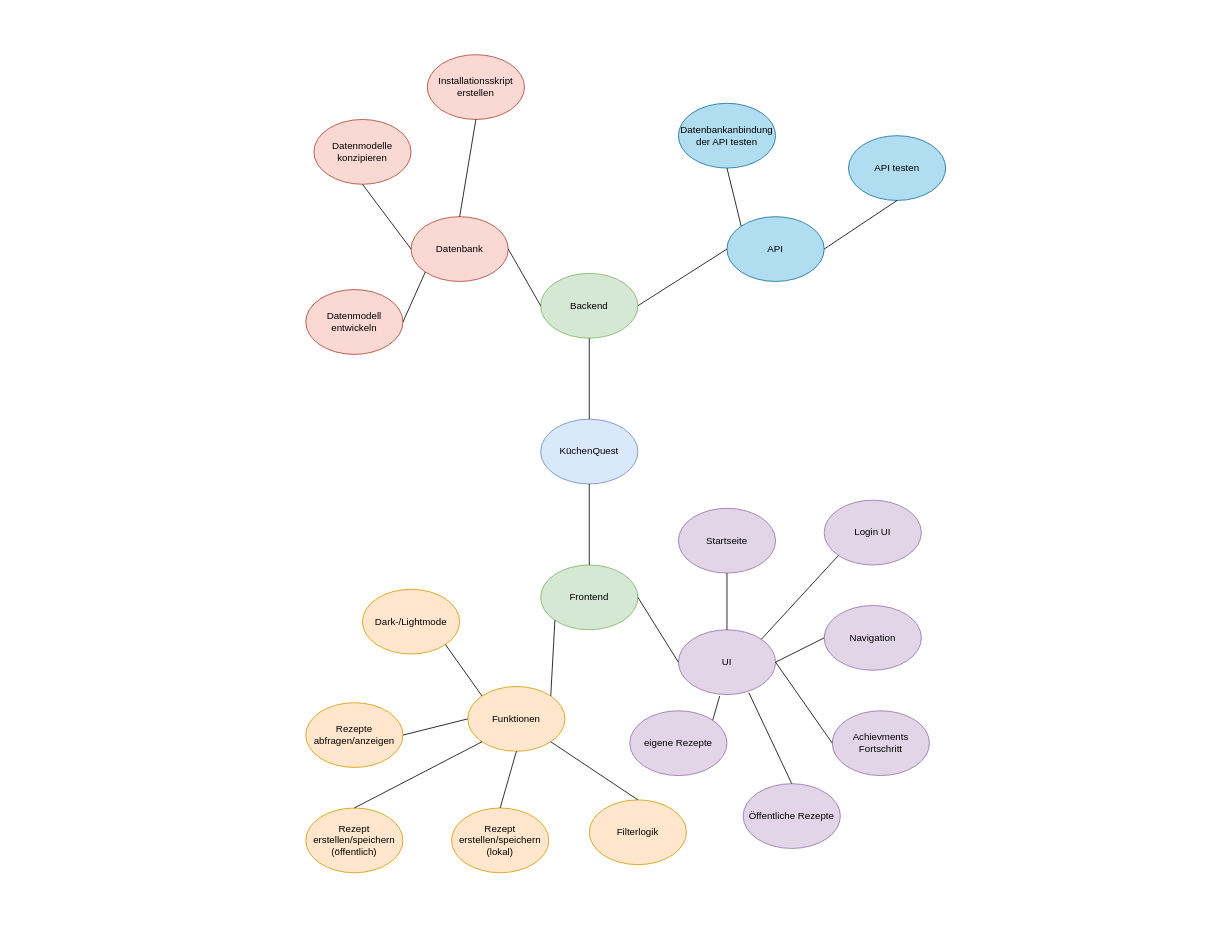
The draw.io diagram Diagramme/Mindmap Planung.drawio in Jo-Broo/Projekt-LF12, before the edit. Source tidied: cells renumbered, new cells numbered last; positions are measured from the earlier drawing's top-left corner, leaving out a move shared by most shapes. Both pictures are drawn from the tidied source at 81%, with x=0, y=0 at pixel (305, 54).
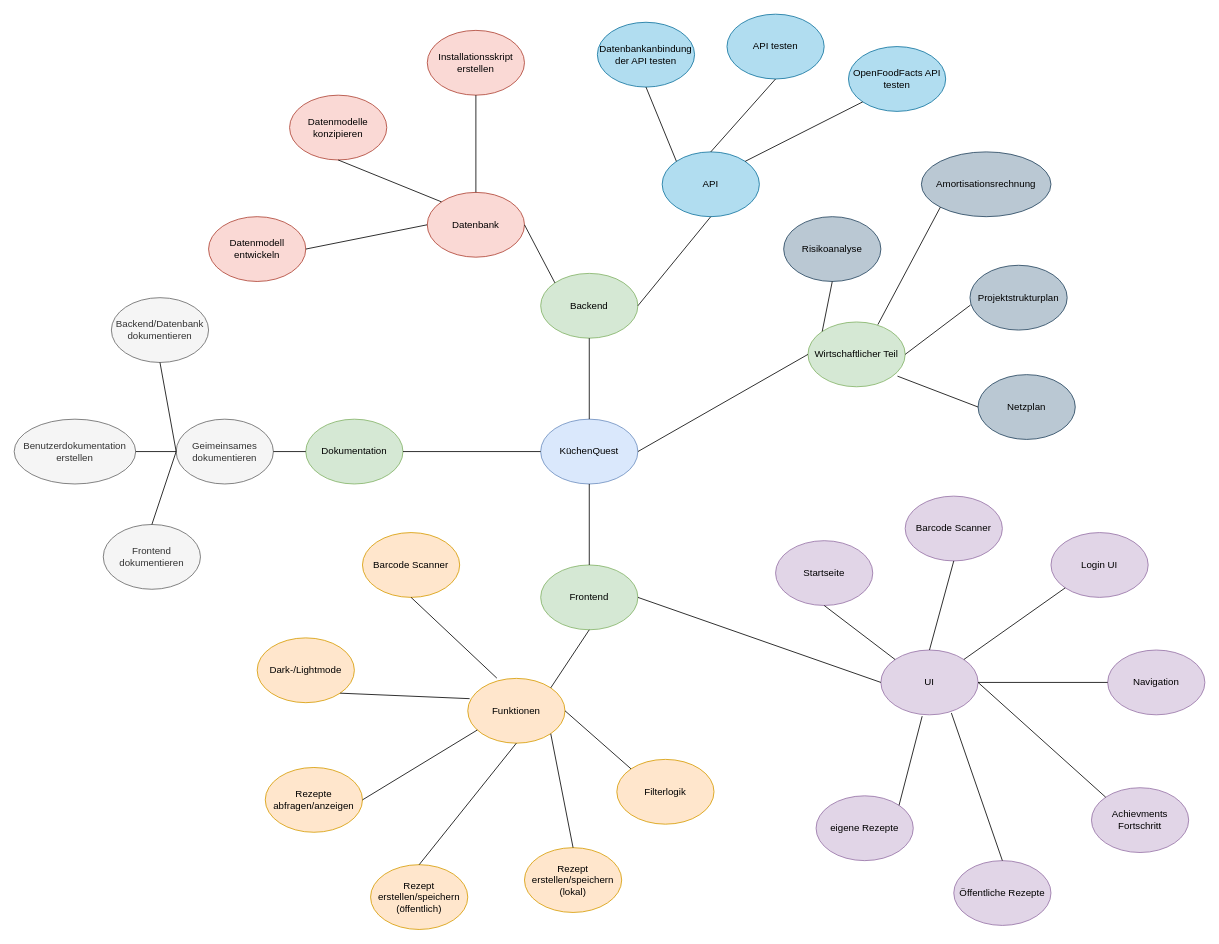
The same page after the edit.

The change refers to these unchanged cells:
```xml
<mxCell id="2" value="KüchenQuest" style="ellipse;whiteSpace=wrap;html=1;fillColor=#dae8fc;strokeColor=#6c8ebf;" parent="1" vertex="1">
  <mxGeometry x="290" y="450" width="120" height="80" as="geometry" />
</mxCell>
<mxCell id="3" value="Backend" style="ellipse;whiteSpace=wrap;html=1;fillColor=#d5e8d4;strokeColor=#82b366;" parent="1" vertex="1">
  <mxGeometry x="290" y="270" width="120" height="80" as="geometry" />
</mxCell>
<mxCell id="4" value="Frontend" style="ellipse;whiteSpace=wrap;html=1;fillColor=#d5e8d4;strokeColor=#82b366;" parent="1" vertex="1">
  <mxGeometry x="290" y="630" width="120" height="80" as="geometry" />
</mxCell>
```

Diff of the diagram source:
```diff
@@
     <mxCell id="7" value="Datenmodelle&lt;div&gt;konzipieren&lt;/div&gt;" style="ellipse;whiteSpace=wrap;html=1;fillColor=#fad9d5;strokeColor=#ae4132;" parent="1" vertex="1">
-      <mxGeometry x="10" y="80" width="120" height="80" as="geometry" />
+      <mxGeometry x="-20" y="50" width="120" height="80" as="geometry" />
     </mxCell>
     <mxCell id="8" value="Datenmodell&lt;div&gt;entwickeln&lt;/div&gt;" style="ellipse;whiteSpace=wrap;html=1;fillColor=#fad9d5;strokeColor=#ae4132;" parent="1" vertex="1">
-      <mxGeometry y="290" width="120" height="80" as="geometry" />
+      <mxGeometry x="-120" y="200" width="120" height="80" as="geometry" />
     </mxCell>
     <mxCell id="9" value="Installationsskript&lt;div&gt;erstellen&lt;/div&gt;" style="ellipse;whiteSpace=wrap;html=1;fillColor=#fad9d5;strokeColor=#ae4132;" parent="1" vertex="1">
-      <mxGeometry x="150" width="120" height="80" as="geometry" />
+      <mxGeometry x="150" y="-30" width="120" height="80" as="geometry" />
     </mxCell>
     <mxCell id="10" value="Datenbankanbindung&lt;div&gt;der API testen&lt;/div&gt;" style="ellipse;whiteSpace=wrap;html=1;fillColor=#b1ddf0;strokeColor=#10739e;" parent="1" vertex="1">
-      <mxGeometry x="460" y="60" width="120" height="80" as="geometry" />
+      <mxGeometry x="360" y="-40" width="120" height="80" as="geometry" />
     </mxCell>
     <mxCell id="11" value="API testen" style="ellipse;whiteSpace=wrap;html=1;fillColor=#b1ddf0;strokeColor=#10739e;" parent="1" vertex="1">
-      <mxGeometry x="670" y="100" width="120" height="80" as="geometry" />
+      <mxGeometry x="520" y="-50" width="120" height="80" as="geometry" />
     </mxCell>
     <mxCell id="12" value="Datenbank" style="ellipse;whiteSpace=wrap;html=1;fillColor=#fad9d5;strokeColor=#ae4132;" parent="1" vertex="1">
-      <mxGeometry x="130" y="200" width="120" height="80" as="geometry" />
+      <mxGeometry x="150" y="170" width="120" height="80" as="geometry" />
     </mxCell>
     <mxCell id="13" value="API" style="ellipse;whiteSpace=wrap;html=1;fillColor=#b1ddf0;strokeColor=#10739e;" parent="1" vertex="1">
-      <mxGeometry x="520" y="200" width="120" height="80" as="geometry" />
+      <mxGeometry x="440" y="120" width="120" height="80" as="geometry" />
     </mxCell>
-    <mxCell id="14" style="endArrow=none;html=1;rounded=0;entryX=0;entryY=0.5;entryDx=0;entryDy=0;exitX=1;exitY=0.5;exitDx=0;exitDy=0;" parent="1" edge="1" source="3" target="13">
+    <mxCell id="14" style="endArrow=none;html=1;rounded=0;entryX=0.5;entryY=1;entryDx=0;entryDy=0;exitX=1;exitY=0.5;exitDx=0;exitDy=0;" parent="1" edge="1" source="3" target="13">
       <mxGeometry relative="1" as="geometry" />
     </mxCell>
-    <mxCell id="15" style="endArrow=none;html=1;rounded=0;entryX=0.5;entryY=1;entryDx=0;entryDy=0;exitX=1;exitY=0.5;exitDx=0;exitDy=0;" parent="1" edge="1" source="13" target="11">
+    <mxCell id="15" style="endArrow=none;html=1;rounded=0;entryX=0.5;entryY=1;entryDx=0;entryDy=0;exitX=0.5;exitY=0;exitDx=0;exitDy=0;" parent="1" edge="1" source="13" target="11">
       <mxGeometry relative="1" as="geometry" />
     </mxCell>
@@
-    <mxCell id="17" style="endArrow=none;html=1;rounded=0;exitX=1;exitY=0.5;exitDx=0;exitDy=0;entryX=0;entryY=0.5;entryDx=0;entryDy=0;" parent="1" edge="1" source="12" target="3">
+    <mxCell id="17" style="endArrow=none;html=1;rounded=0;exitX=1;exitY=0.5;exitDx=0;exitDy=0;entryX=0;entryY=0;entryDx=0;entryDy=0;" parent="1" edge="1" source="12" target="3">
       <mxGeometry relative="1" as="geometry" />
     </mxCell>
@@
-    <mxCell id="19" style="endArrow=none;html=1;rounded=0;exitX=0.5;exitY=1;exitDx=0;exitDy=0;entryX=0;entryY=0.5;entryDx=0;entryDy=0;" parent="1" edge="1" source="7" target="12">
+    <mxCell id="19" style="endArrow=none;html=1;rounded=0;exitX=0.5;exitY=1;exitDx=0;exitDy=0;entryX=0;entryY=0;entryDx=0;entryDy=0;" parent="1" edge="1" source="7" target="12">
       <mxGeometry relative="1" as="geometry" />
     </mxCell>
-    <mxCell id="20" style="endArrow=none;html=1;rounded=0;exitX=1;exitY=0.5;exitDx=0;exitDy=0;entryX=0;entryY=1;entryDx=0;entryDy=0;" parent="1" edge="1" source="8" target="12">
+    <mxCell id="20" style="endArrow=none;html=1;rounded=0;exitX=1;exitY=0.5;exitDx=0;exitDy=0;entryX=0;entryY=0.5;entryDx=0;entryDy=0;" parent="1" edge="1" source="8" target="12">
       <mxGeometry relative="1" as="geometry" />
     </mxCell>
     <mxCell id="21" value="Login UI" style="ellipse;whiteSpace=wrap;html=1;fillColor=#e1d5e7;strokeColor=#9673a6;" parent="1" vertex="1">
-      <mxGeometry x="640" y="550" width="120" height="80" as="geometry" />
+      <mxGeometry x="920" y="590" width="120" height="80" as="geometry" />
     </mxCell>
     <mxCell id="22" value="UI" style="ellipse;whiteSpace=wrap;html=1;fillColor=#e1d5e7;strokeColor=#9673a6;" parent="1" vertex="1">
-      <mxGeometry x="460" y="710" width="120" height="80" as="geometry" />
+      <mxGeometry x="710" y="735" width="120" height="80" as="geometry" />
     </mxCell>
     <mxCell id="23" value="Funktionen" style="ellipse;whiteSpace=wrap;html=1;fillColor=#ffe6cc;strokeColor=#d79b00;" parent="1" vertex="1">
-      <mxGeometry x="200" y="780" width="120" height="80" as="geometry" />
+      <mxGeometry x="200" y="770" width="120" height="80" as="geometry" />
     </mxCell>
@@
-    <mxCell id="25" style="endArrow=none;html=1;rounded=0;entryX=0;entryY=1;entryDx=0;entryDy=0;exitX=1;exitY=0;exitDx=0;exitDy=0;" parent="1" edge="1" source="23" target="4">
+    <mxCell id="25" style="endArrow=none;html=1;rounded=0;entryX=0.5;entryY=1;entryDx=0;entryDy=0;exitX=1;exitY=0;exitDx=0;exitDy=0;" parent="1" edge="1" source="23" target="4">
       <mxGeometry relative="1" as="geometry" />
     </mxCell>
     <mxCell id="26" value="Startseite" style="ellipse;whiteSpace=wrap;html=1;fillColor=#e1d5e7;strokeColor=#9673a6;" parent="1" vertex="1">
-      <mxGeometry x="460" y="560" width="120" height="80" as="geometry" />
+      <mxGeometry x="580" y="600" width="120" height="80" as="geometry" />
     </mxCell>
     <mxCell id="27" value="eigene Rezepte" style="ellipse;whiteSpace=wrap;html=1;fillColor=#e1d5e7;strokeColor=#9673a6;" parent="1" vertex="1">
-      <mxGeometry x="400" y="810" width="120" height="80" as="geometry" />
+      <mxGeometry x="630" y="915" width="120" height="80" as="geometry" />
     </mxCell>
     <mxCell id="28" value="Öffentliche Rezepte" style="ellipse;whiteSpace=wrap;html=1;fillColor=#e1d5e7;strokeColor=#9673a6;" parent="1" vertex="1">
-      <mxGeometry x="540" y="900" width="120" height="80" as="geometry" />
+      <mxGeometry x="800" y="995" width="120" height="80" as="geometry" />
     </mxCell>
     <mxCell id="29" value="Achievments&lt;div&gt;Fortschritt&lt;/div&gt;" style="ellipse;whiteSpace=wrap;html=1;fillColor=#e1d5e7;strokeColor=#9673a6;" parent="1" vertex="1">
-      <mxGeometry x="650" y="810" width="120" height="80" as="geometry" />
+      <mxGeometry x="970" y="905" width="120" height="80" as="geometry" />
     </mxCell>
     <mxCell id="30" value="Dark-/Lightmode" style="ellipse;whiteSpace=wrap;html=1;fillColor=#ffe6cc;strokeColor=#d79b00;" parent="1" vertex="1">
-      <mxGeometry x="70" y="660" width="120" height="80" as="geometry" />
+      <mxGeometry x="-60" y="720" width="120" height="80" as="geometry" />
     </mxCell>
@@
-    <mxCell id="32" style="endArrow=none;html=1;rounded=0;entryX=0.5;entryY=1;entryDx=0;entryDy=0;exitX=0.5;exitY=0;exitDx=0;exitDy=0;" parent="1" edge="1" source="22" target="26">
+    <mxCell id="32" style="endArrow=none;html=1;rounded=0;entryX=0.5;entryY=1;entryDx=0;entryDy=0;exitX=0;exitY=0;exitDx=0;exitDy=0;" parent="1" edge="1" source="22" target="26">
       <mxGeometry relative="1" as="geometry" />
     </mxCell>
-    <mxCell id="33" style="endArrow=none;html=1;rounded=0;entryX=0;entryY=0.5;entryDx=0;entryDy=0;exitX=1;exitY=0.5;exitDx=0;exitDy=0;" parent="1" edge="1" source="22" target="29">
+    <mxCell id="33" style="endArrow=none;html=1;rounded=0;entryX=0;entryY=0;entryDx=0;entryDy=0;exitX=1;exitY=0.5;exitDx=0;exitDy=0;" parent="1" edge="1" source="22" target="29">
       <mxGeometry relative="1" as="geometry" />
     </mxCell>
@@
     <mxCell id="36" value="Navigation" style="ellipse;whiteSpace=wrap;html=1;fillColor=#e1d5e7;strokeColor=#9673a6;" parent="1" vertex="1">
-      <mxGeometry x="640" y="680" width="120" height="80" as="geometry" />
+      <mxGeometry x="990" y="735" width="120" height="80" as="geometry" />
     </mxCell>
@@
     <mxCell id="38" value="Rezepte abfragen/anzeigen" style="ellipse;whiteSpace=wrap;html=1;fillColor=#ffe6cc;strokeColor=#d79b00;" parent="1" vertex="1">
-      <mxGeometry y="800" width="120" height="80" as="geometry" />
+      <mxGeometry x="-50" y="880" width="120" height="80" as="geometry" />
     </mxCell>
     <mxCell id="39" value="Rezept erstellen/speichern&lt;div&gt;(lokal)&lt;/div&gt;" style="ellipse;whiteSpace=wrap;html=1;fillColor=#ffe6cc;strokeColor=#d79b00;" parent="1" vertex="1">
-      <mxGeometry x="180" y="930" width="120" height="80" as="geometry" />
+      <mxGeometry x="270" y="979" width="120" height="80" as="geometry" />
     </mxCell>
     <mxCell id="40" value="Filterlogik" style="ellipse;whiteSpace=wrap;html=1;fillColor=#ffe6cc;strokeColor=#d79b00;" parent="1" vertex="1">
-      <mxGeometry x="350" y="920" width="120" height="80" as="geometry" />
+      <mxGeometry x="384" y="870" width="120" height="80" as="geometry" />
     </mxCell>
-    <mxCell id="41" style="endArrow=none;html=1;rounded=0;entryX=1;entryY=1;entryDx=0;entryDy=0;exitX=0;exitY=0;exitDx=0;exitDy=0;" parent="1" edge="1" source="23" target="30">
+    <mxCell id="41" style="endArrow=none;html=1;rounded=0;entryX=1;entryY=1;entryDx=0;entryDy=0;exitX=0.019;exitY=0.313;exitDx=0;exitDy=0;exitPerimeter=0;" parent="1" edge="1" source="23" target="30">
       <mxGeometry relative="1" as="geometry" />
     </mxCell>
-    <mxCell id="42" style="endArrow=none;html=1;rounded=0;entryX=0.5;entryY=0;entryDx=0;entryDy=0;exitX=1;exitY=1;exitDx=0;exitDy=0;" parent="1" edge="1" source="23" target="40">
+    <mxCell id="42" style="endArrow=none;html=1;rounded=0;entryX=0;entryY=0;entryDx=0;entryDy=0;exitX=1;exitY=0.5;exitDx=0;exitDy=0;" parent="1" edge="1" source="23" target="40">
       <mxGeometry relative="1" as="geometry" />
     </mxCell>
-    <mxCell id="43" style="endArrow=none;html=1;rounded=0;entryX=0.5;entryY=0;entryDx=0;entryDy=0;exitX=0.5;exitY=1;exitDx=0;exitDy=0;" parent="1" edge="1" source="23" target="39">
+    <mxCell id="43" style="endArrow=none;html=1;rounded=0;entryX=0.5;entryY=0;entryDx=0;entryDy=0;exitX=1;exitY=1;exitDx=0;exitDy=0;" parent="1" edge="1" source="23" target="39">
       <mxGeometry relative="1" as="geometry" />
     </mxCell>
-    <mxCell id="44" style="endArrow=none;html=1;rounded=0;entryX=1;entryY=0.5;entryDx=0;entryDy=0;exitX=0;exitY=0.5;exitDx=0;exitDy=0;" parent="1" edge="1" source="23" target="38">
+    <mxCell id="44" style="endArrow=none;html=1;rounded=0;entryX=1;entryY=0.5;entryDx=0;entryDy=0;exitX=0.098;exitY=0.797;exitDx=0;exitDy=0;exitPerimeter=0;" parent="1" edge="1" source="23" target="38">
       <mxGeometry relative="1" as="geometry" />
     </mxCell>
     <mxCell id="45" value="Rezept erstellen/speichern&lt;div&gt;(öffentlich)&lt;/div&gt;" style="ellipse;whiteSpace=wrap;html=1;fillColor=#ffe6cc;strokeColor=#d79b00;" parent="1" vertex="1">
-      <mxGeometry y="930" width="120" height="80" as="geometry" />
+      <mxGeometry x="80" y="1000" width="120" height="80" as="geometry" />
     </mxCell>
-    <mxCell id="46" style="endArrow=none;html=1;rounded=0;entryX=0.5;entryY=0;entryDx=0;entryDy=0;exitX=0;exitY=1;exitDx=0;exitDy=0;" parent="1" edge="1" source="23" target="45">
+    <mxCell id="46" style="endArrow=none;html=1;rounded=0;entryX=0.5;entryY=0;entryDx=0;entryDy=0;exitX=0.5;exitY=1;exitDx=0;exitDy=0;" parent="1" edge="1" source="23" target="45">
       <mxGeometry relative="1" as="geometry" />
     </mxCell>
+    <mxCell id="47" value="Barcode Scanner" style="ellipse;whiteSpace=wrap;html=1;fillColor=#ffe6cc;strokeColor=#d79b00;" parent="1" vertex="1">
+      <mxGeometry x="70" y="590" width="120" height="80" as="geometry" />
+    </mxCell>
+    <mxCell id="48" value="Barcode Scanner" style="ellipse;whiteSpace=wrap;html=1;fillColor=#e1d5e7;strokeColor=#9673a6;" parent="1" vertex="1">
+      <mxGeometry x="740" y="545" width="120" height="80" as="geometry" />
+    </mxCell>
+    <mxCell id="49" style="endArrow=none;html=1;rounded=0;exitX=0.5;exitY=1;exitDx=0;exitDy=0;entryX=0.299;entryY=-0.004;entryDx=0;entryDy=0;entryPerimeter=0;" parent="1" edge="1" source="47" target="23">
+      <mxGeometry relative="1" as="geometry" />
+    </mxCell>
+    <mxCell id="50" style="endArrow=none;html=1;rounded=0;entryX=0.5;entryY=1;entryDx=0;entryDy=0;exitX=0.5;exitY=0;exitDx=0;exitDy=0;" parent="1" edge="1" source="22" target="48">
+      <mxGeometry relative="1" as="geometry" />
+    </mxCell>
+    <mxCell id="51" value="Dokumentation" style="ellipse;whiteSpace=wrap;html=1;fillColor=#d5e8d4;strokeColor=#82b366;" parent="1" vertex="1">
+      <mxGeometry y="450" width="120" height="80" as="geometry" />
+    </mxCell>
+    <mxCell id="52" style="endArrow=none;html=1;rounded=0;entryX=0;entryY=0.5;entryDx=0;entryDy=0;exitX=1;exitY=0.5;exitDx=0;exitDy=0;" parent="1" edge="1" source="51" target="2">
+      <mxGeometry relative="1" as="geometry" />
+    </mxCell>
+    <mxCell id="53" value="OpenFoodFacts API testen" style="ellipse;whiteSpace=wrap;html=1;fillColor=#b1ddf0;strokeColor=#10739e;" parent="1" vertex="1">
+      <mxGeometry x="670" y="-10" width="120" height="80" as="geometry" />
+    </mxCell>
+    <mxCell id="54" style="endArrow=none;html=1;rounded=0;entryX=0;entryY=1;entryDx=0;entryDy=0;exitX=1;exitY=0;exitDx=0;exitDy=0;" parent="1" edge="1" source="13" target="53">
+      <mxGeometry relative="1" as="geometry" />
+    </mxCell>
+    <mxCell id="55" value="Backend/Datenbank&lt;div&gt;dokumentieren&lt;/div&gt;" style="ellipse;whiteSpace=wrap;html=1;fillColor=#f5f5f5;fontColor=#333333;strokeColor=#666666;" parent="1" vertex="1">
+      <mxGeometry x="-240" y="300" width="120" height="80" as="geometry" />
+    </mxCell>
+    <mxCell id="56" value="Benutzerdokumentation&lt;div&gt;erstellen&lt;/div&gt;" style="ellipse;whiteSpace=wrap;html=1;fillColor=#f5f5f5;fontColor=#333333;strokeColor=#666666;" parent="1" vertex="1">
+      <mxGeometry x="-360" y="450" width="150" height="80" as="geometry" />
+    </mxCell>
+    <mxCell id="57" value="Frontend&lt;div&gt;dokumentieren&lt;/div&gt;" style="ellipse;whiteSpace=wrap;html=1;fillColor=#f5f5f5;fontColor=#333333;strokeColor=#666666;" parent="1" vertex="1">
+      <mxGeometry x="-250" y="580" width="120" height="80" as="geometry" />
+    </mxCell>
+    <mxCell id="58" value="Geimeinsames&lt;div&gt;dokumentieren&lt;/div&gt;" style="ellipse;whiteSpace=wrap;html=1;fillColor=#f5f5f5;fontColor=#333333;strokeColor=#666666;" parent="1" vertex="1">
+      <mxGeometry x="-160" y="450" width="120" height="80" as="geometry" />
+    </mxCell>
+    <mxCell id="59" style="endArrow=none;html=1;rounded=0;entryX=0.5;entryY=1;entryDx=0;entryDy=0;exitX=0;exitY=0.5;exitDx=0;exitDy=0;" parent="1" edge="1" source="58" target="55">
+      <mxGeometry relative="1" as="geometry" />
+    </mxCell>
+    <mxCell id="60" style="endArrow=none;html=1;rounded=0;entryX=1;entryY=0.5;entryDx=0;entryDy=0;" parent="1" edge="1" target="56">
+      <mxGeometry relative="1" as="geometry">
+        <mxPoint x="-160" y="490" as="sourcePoint" />
+      </mxGeometry>
+    </mxCell>
+    <mxCell id="61" style="endArrow=none;html=1;rounded=0;entryX=0.5;entryY=0;entryDx=0;entryDy=0;exitX=0;exitY=0.5;exitDx=0;exitDy=0;" parent="1" edge="1" source="58" target="57">
+      <mxGeometry relative="1" as="geometry" />
+    </mxCell>
+    <mxCell id="62" style="endArrow=none;html=1;rounded=0;entryX=1;entryY=0.5;entryDx=0;entryDy=0;" parent="1" edge="1" target="58">
+      <mxGeometry relative="1" as="geometry">
+        <mxPoint y="490" as="sourcePoint" />
+      </mxGeometry>
+    </mxCell>
+    <mxCell id="63" value="Wirtschaftlicher Teil" style="ellipse;whiteSpace=wrap;html=1;fillColor=#d5e8d4;strokeColor=#82b366;" parent="1" vertex="1">
+      <mxGeometry x="620" y="330" width="120" height="80" as="geometry" />
+    </mxCell>
+    <mxCell id="64" style="endArrow=none;html=1;rounded=0;entryX=0;entryY=0.5;entryDx=0;entryDy=0;exitX=1;exitY=0.5;exitDx=0;exitDy=0;" parent="1" edge="1" source="2" target="63">
+      <mxGeometry relative="1" as="geometry" />
+    </mxCell>
+    <mxCell id="65" value="Risikoanalyse" style="ellipse;whiteSpace=wrap;html=1;fillColor=#bac8d3;strokeColor=#23445d;" parent="1" vertex="1">
+      <mxGeometry x="590" y="200" width="120" height="80" as="geometry" />
+    </mxCell>
+    <mxCell id="66" value="Projektstrukturplan" style="ellipse;whiteSpace=wrap;html=1;fillColor=#bac8d3;strokeColor=#23445d;" parent="1" vertex="1">
+      <mxGeometry x="820" y="260" width="120" height="80" as="geometry" />
+    </mxCell>
+    <mxCell id="67" value="Netzplan" style="ellipse;whiteSpace=wrap;html=1;fillColor=#bac8d3;strokeColor=#23445d;" parent="1" vertex="1">
+      <mxGeometry x="830" y="395" width="120" height="80" as="geometry" />
+    </mxCell>
+    <mxCell id="68" value="Amortisationsrechnung" style="ellipse;whiteSpace=wrap;html=1;fillColor=#bac8d3;strokeColor=#23445d;" parent="1" vertex="1">
+      <mxGeometry x="760" y="120" width="160" height="80" as="geometry" />
+    </mxCell>
+    <mxCell id="69" style="endArrow=none;html=1;rounded=0;entryX=0.5;entryY=1;entryDx=0;entryDy=0;exitX=0;exitY=0;exitDx=0;exitDy=0;" parent="1" edge="1" source="63" target="65">
+      <mxGeometry relative="1" as="geometry" />
+    </mxCell>
+    <mxCell id="70" style="endArrow=none;html=1;rounded=0;entryX=0;entryY=1;entryDx=0;entryDy=0;exitX=0.719;exitY=0.041;exitDx=0;exitDy=0;exitPerimeter=0;" parent="1" edge="1" source="63" target="68">
+      <mxGeometry relative="1" as="geometry" />
+    </mxCell>
+    <mxCell id="71" style="endArrow=none;html=1;rounded=0;entryX=0.006;entryY=0.613;entryDx=0;entryDy=0;entryPerimeter=0;exitX=1;exitY=0.5;exitDx=0;exitDy=0;" parent="1" edge="1" source="63" target="66">
+      <mxGeometry relative="1" as="geometry" />
+    </mxCell>
+    <mxCell id="72" style="endArrow=none;html=1;rounded=0;entryX=0;entryY=0.5;entryDx=0;entryDy=0;exitX=0.921;exitY=0.836;exitDx=0;exitDy=0;exitPerimeter=0;" parent="1" edge="1" source="63" target="67">
+      <mxGeometry relative="1" as="geometry" />
+    </mxCell>
```
